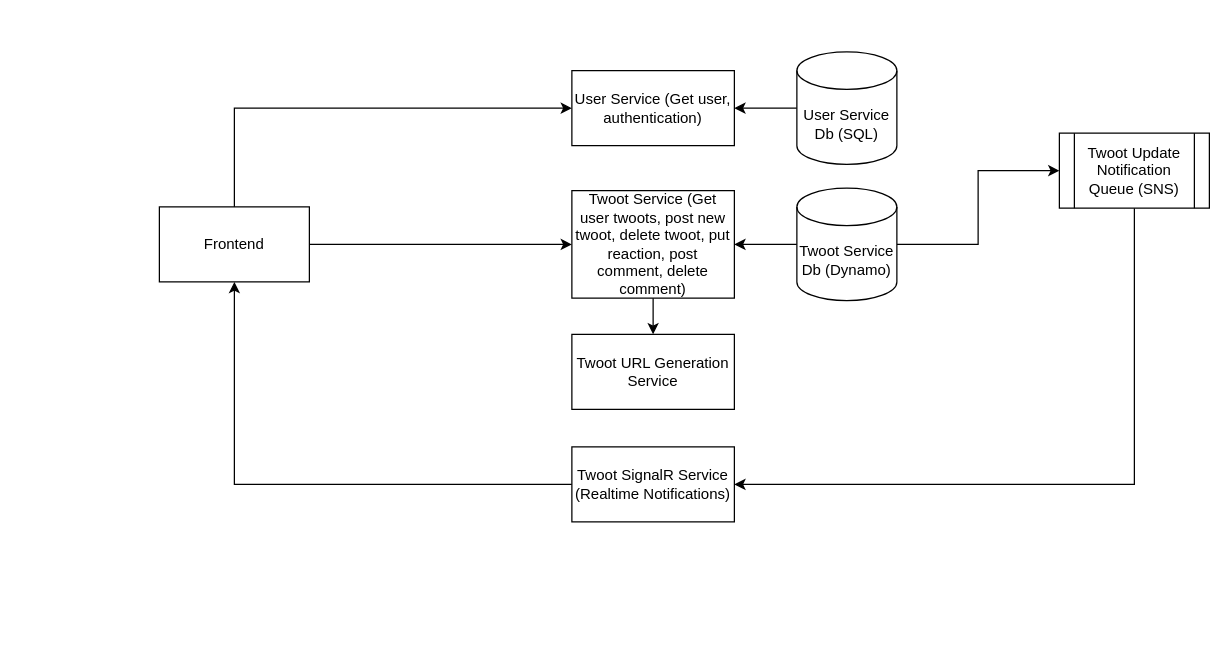
Above: Twooter-Arch.drawio in willholmeswastaken/Twooter (draw.io), before the change. Source tidied: cells renumbered, new cells numbered last; positions are measured from the earlier drawing's top-left corner, leaving out a move shared by most shapes. Both pictures are drawn from the tidied source at 125%, with x=0, y=0 at pixel (159, 51).
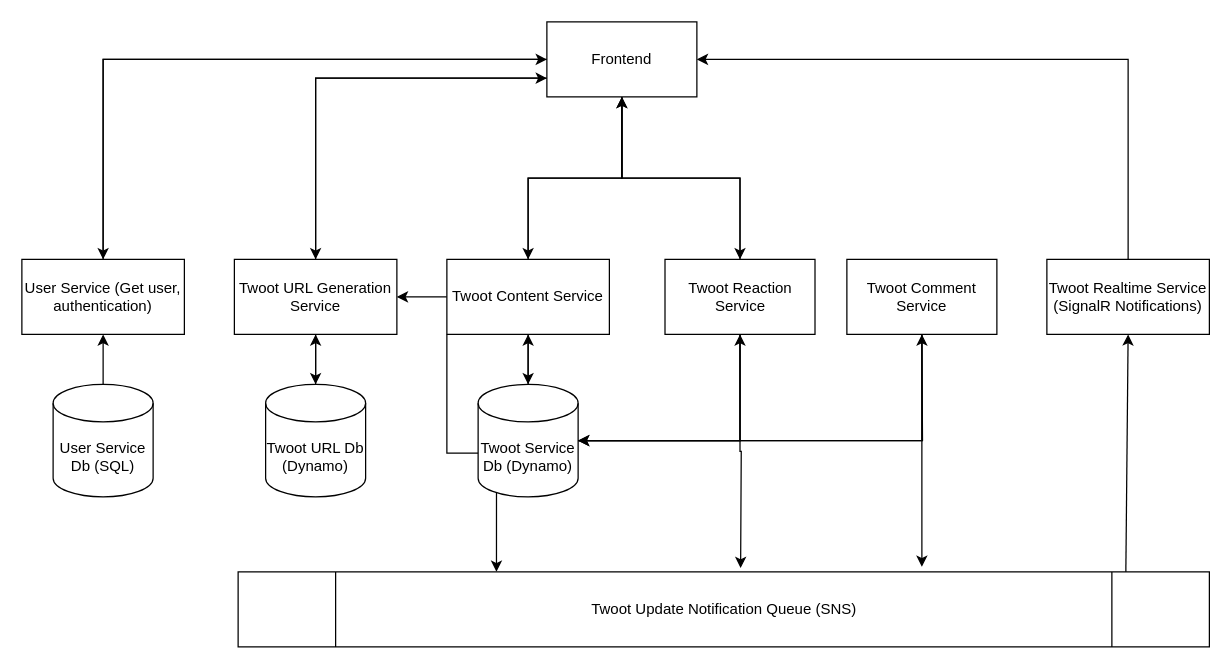
Above is the later version.

Change to the diagram source:
```diff
@@
+    <mxCell id="18" style="edgeStyle=orthogonalEdgeStyle;rounded=0;jettySize=auto;html=1;exitX=0.5;exitY=0;exitDx=0;exitDy=0;entryX=0;entryY=0.5;entryDx=0;entryDy=0;" parent="1" edge="1" source="2" target="16">
+      <mxGeometry relative="1" as="geometry" />
+    </mxCell>
     <mxCell id="2" value="User Service (Get user, authentication)" style="rounded=0;whiteSpace=wrap;html=1;" parent="1" vertex="1">
-      <mxGeometry x="330" y="15" width="130" height="60" as="geometry" />
+      <mxGeometry x="-110" y="166" width="130" height="60" as="geometry" />
     </mxCell>
-    <mxCell id="3" style="edgeStyle=orthogonalEdgeStyle;rounded=0;jettySize=auto;html=1;exitX=0;exitY=0.5;exitDx=0;exitDy=0;exitPerimeter=0;" parent="1" edge="1" source="4" target="2">
+    <mxCell id="3" style="edgeStyle=orthogonalEdgeStyle;rounded=0;jettySize=auto;html=1;exitX=0.5;exitY=0;exitDx=0;exitDy=0;exitPerimeter=0;entryX=0.5;entryY=1;entryDx=0;entryDy=0;" parent="1" edge="1" source="4" target="2">
       <mxGeometry relative="1" as="geometry" />
     </mxCell>
     <mxCell id="4" value="User Service Db (SQL)" style="shape=cylinder3;whiteSpace=wrap;html=1;boundedLbl=1;backgroundOutline=1;size=15;" parent="1" vertex="1">
-      <mxGeometry x="510" width="80" height="90" as="geometry" />
+      <mxGeometry x="-85" y="266" width="80" height="90" as="geometry" />
     </mxCell>
-    <mxCell id="5" style="edgeStyle=orthogonalEdgeStyle;rounded=0;jettySize=auto;html=1;exitX=0.5;exitY=1;exitDx=0;exitDy=0;entryX=0.5;entryY=0;entryDx=0;entryDy=0;" parent="1" edge="1" source="6" target="17">
-      <mxGeometry relative="1" as="geometry" />
-    </mxCell>
+    <mxCell id="19" style="edgeStyle=orthogonalEdgeStyle;rounded=0;jettySize=auto;html=1;exitX=0;exitY=0.5;exitDx=0;exitDy=0;" parent="1" edge="1" source="6">
+      <mxGeometry relative="1" as="geometry">
+        <mxPoint x="190" y="196" as="targetPoint" />
+      </mxGeometry>
+    </mxCell>
+    <mxCell id="20" style="edgeStyle=orthogonalEdgeStyle;rounded=0;jettySize=auto;html=1;exitX=0.5;exitY=1;exitDx=0;exitDy=0;" parent="1" edge="1" source="6">
+      <mxGeometry relative="1" as="geometry">
+        <mxPoint x="295" y="266" as="targetPoint" />
+      </mxGeometry>
+    </mxCell>
+    <mxCell id="21" style="edgeStyle=orthogonalEdgeStyle;rounded=0;jettySize=auto;html=1;exitX=0;exitY=1;exitDx=0;exitDy=0;entryX=0.266;entryY=0;entryDx=0;entryDy=0;entryPerimeter=0;" parent="1" edge="1" source="6" target="13">
+      <mxGeometry relative="1" as="geometry" />
+    </mxCell>
+    <mxCell id="22" style="edgeStyle=orthogonalEdgeStyle;rounded=0;jettySize=auto;html=1;exitX=0.5;exitY=0;exitDx=0;exitDy=0;entryX=0.5;entryY=1;entryDx=0;entryDy=0;" parent="1" edge="1" source="6" target="16">
+      <mxGeometry relative="1" as="geometry" />
+    </mxCell>
-    <mxCell id="6" value="Twoot Service (Get user twoots, post new twoot, delete twoot, put reaction, post comment, delete comment)" style="rounded=0;whiteSpace=wrap;html=1;" parent="1" vertex="1">
-      <mxGeometry x="330" y="111" width="130" height="86" as="geometry" />
+    <mxCell id="6" value="Twoot Content Service" style="rounded=0;whiteSpace=wrap;html=1;" parent="1" vertex="1">
+      <mxGeometry x="230" y="166" width="130" height="60" as="geometry" />
     </mxCell>
-    <mxCell id="7" style="edgeStyle=orthogonalEdgeStyle;rounded=0;jettySize=auto;html=1;exitX=0;exitY=0.5;exitDx=0;exitDy=0;exitPerimeter=0;entryX=1;entryY=0.5;entryDx=0;entryDy=0;" parent="1" edge="1" source="9" target="6">
+    <mxCell id="7" style="edgeStyle=orthogonalEdgeStyle;rounded=0;jettySize=auto;html=1;exitX=0.5;exitY=0;exitDx=0;exitDy=0;exitPerimeter=0;entryX=0.5;entryY=1;entryDx=0;entryDy=0;" parent="1" edge="1" source="9" target="6">
       <mxGeometry relative="1" as="geometry" />
     </mxCell>
-    <mxCell id="8" style="edgeStyle=orthogonalEdgeStyle;rounded=0;jettySize=auto;html=1;exitX=1;exitY=0.5;exitDx=0;exitDy=0;exitPerimeter=0;entryX=0;entryY=0.5;entryDx=0;entryDy=0;" parent="1" edge="1" source="9" target="13">
-      <mxGeometry relative="1" as="geometry" />
-    </mxCell>
+    <mxCell id="23" style="edgeStyle=orthogonalEdgeStyle;rounded=0;jettySize=auto;html=1;exitX=1;exitY=0.5;exitDx=0;exitDy=0;exitPerimeter=0;entryX=0.5;entryY=1;entryDx=0;entryDy=0;" parent="1" edge="1" source="9" target="32">
+      <mxGeometry relative="1" as="geometry" />
+    </mxCell>
+    <mxCell id="24" style="edgeStyle=orthogonalEdgeStyle;rounded=0;jettySize=auto;html=1;exitX=1;exitY=0.5;exitDx=0;exitDy=0;exitPerimeter=0;" parent="1" edge="1" source="9">
+      <mxGeometry relative="1" as="geometry">
+        <mxPoint x="610" y="226" as="targetPoint" />
+      </mxGeometry>
+    </mxCell>
     <mxCell id="9" value="Twoot Service Db (Dynamo)" style="shape=cylinder3;whiteSpace=wrap;html=1;boundedLbl=1;backgroundOutline=1;size=15;" parent="1" vertex="1">
-      <mxGeometry x="510" y="109" width="80" height="90" as="geometry" />
+      <mxGeometry x="255" y="266" width="80" height="90" as="geometry" />
     </mxCell>
-    <mxCell id="10" style="edgeStyle=orthogonalEdgeStyle;rounded=0;jettySize=auto;html=1;exitX=0;exitY=0.5;exitDx=0;exitDy=0;entryX=0.5;entryY=1;entryDx=0;entryDy=0;" parent="1" edge="1" source="11" target="16">
+    <mxCell id="10" style="edgeStyle=orthogonalEdgeStyle;rounded=0;jettySize=auto;html=1;exitX=0.5;exitY=0;exitDx=0;exitDy=0;entryX=1;entryY=0.5;entryDx=0;entryDy=0;" parent="1" edge="1" source="11" target="16">
       <mxGeometry relative="1" as="geometry" />
     </mxCell>
-    <mxCell id="11" value="Twoot SignalR Service (Realtime Notifications)" style="whiteSpace=wrap;html=1;" parent="1" vertex="1">
-      <mxGeometry x="330" y="316" width="130" height="60" as="geometry" />
+    <mxCell id="11" value="Twoot Realtime Service (SignalR Notifications)" style="whiteSpace=wrap;html=1;" parent="1" vertex="1">
+      <mxGeometry x="710" y="166" width="130" height="60" as="geometry" />
     </mxCell>
+    <mxCell id="13" value="Twoot Update Notification Queue (SNS)" style="shape=process;whiteSpace=wrap;html=1;backgroundOutline=1;" parent="1" vertex="1">
+      <mxGeometry x="63" y="416" width="777" height="60" as="geometry" />
+    </mxCell>
+    <mxCell id="15" style="edgeStyle=orthogonalEdgeStyle;rounded=0;jettySize=auto;html=1;exitX=0.5;exitY=1;exitDx=0;exitDy=0;entryX=0.5;entryY=0;entryDx=0;entryDy=0;" parent="1" edge="1" source="16" target="6">
+      <mxGeometry relative="1" as="geometry" />
+    </mxCell>
+    <mxCell id="25" style="edgeStyle=orthogonalEdgeStyle;rounded=0;jettySize=auto;html=1;exitX=0.5;exitY=1;exitDx=0;exitDy=0;entryX=0.5;entryY=0;entryDx=0;entryDy=0;" parent="1" edge="1" source="16" target="32">
+      <mxGeometry relative="1" as="geometry" />
+    </mxCell>
+    <mxCell id="14" style="edgeStyle=orthogonalEdgeStyle;rounded=0;jettySize=auto;html=1;exitX=0;exitY=0.5;exitDx=0;exitDy=0;entryX=0.5;entryY=0;entryDx=0;entryDy=0;" parent="1" edge="1" source="16" target="2">
+      <mxGeometry relative="1" as="geometry" />
+    </mxCell>
+    <mxCell id="26" style="edgeStyle=orthogonalEdgeStyle;rounded=0;jettySize=auto;html=1;exitX=0;exitY=0.75;exitDx=0;exitDy=0;entryX=0.5;entryY=0;entryDx=0;entryDy=0;" parent="1" edge="1" source="16" target="17">
+      <mxGeometry relative="1" as="geometry" />
+    </mxCell>
+    <mxCell id="16" value="Frontend" style="whiteSpace=wrap;html=1;" parent="1" vertex="1">
+      <mxGeometry x="310" y="-24" width="120" height="60" as="geometry" />
+    </mxCell>
+    <mxCell id="27" style="edgeStyle=orthogonalEdgeStyle;rounded=0;jettySize=auto;html=1;exitX=0.5;exitY=1;exitDx=0;exitDy=0;entryX=0.5;entryY=0;entryDx=0;entryDy=0;entryPerimeter=0;" parent="1" edge="1" source="17" target="37">
+      <mxGeometry relative="1" as="geometry" />
+    </mxCell>
+    <mxCell id="28" style="edgeStyle=orthogonalEdgeStyle;rounded=0;jettySize=auto;html=1;exitX=0.5;exitY=0;exitDx=0;exitDy=0;entryX=0;entryY=0.75;entryDx=0;entryDy=0;" parent="1" edge="1" source="17" target="16">
+      <mxGeometry relative="1" as="geometry" />
+    </mxCell>
+    <mxCell id="17" value="Twoot URL Generation Service" style="whiteSpace=wrap;html=1;" parent="1" vertex="1">
+      <mxGeometry x="60" y="166" width="130" height="60" as="geometry" />
+    </mxCell>
+    <mxCell id="29" style="edgeStyle=orthogonalEdgeStyle;rounded=0;jettySize=auto;html=1;exitX=0.5;exitY=1;exitDx=0;exitDy=0;entryX=1;entryY=0.5;entryDx=0;entryDy=0;entryPerimeter=0;" parent="1" edge="1" source="32" target="9">
+      <mxGeometry relative="1" as="geometry" />
+    </mxCell>
+    <mxCell id="30" style="edgeStyle=orthogonalEdgeStyle;rounded=0;jettySize=auto;html=1;exitX=0.5;exitY=1;exitDx=0;exitDy=0;" parent="1" edge="1" source="32">
+      <mxGeometry relative="1" as="geometry">
+        <mxPoint x="465" y="413" as="targetPoint" />
+      </mxGeometry>
+    </mxCell>
+    <mxCell id="31" style="edgeStyle=orthogonalEdgeStyle;rounded=0;jettySize=auto;html=1;exitX=0.5;exitY=0;exitDx=0;exitDy=0;entryX=0.5;entryY=1;entryDx=0;entryDy=0;" parent="1" edge="1" source="32" target="16">
+      <mxGeometry relative="1" as="geometry" />
+    </mxCell>
+    <mxCell id="32" value="Twoot Reaction Service" style="whiteSpace=wrap;html=1;" parent="1" vertex="1">
+      <mxGeometry x="404.5" y="166" width="120" height="60" as="geometry" />
+    </mxCell>
-    <mxCell id="12" style="edgeStyle=orthogonalEdgeStyle;rounded=0;jettySize=auto;html=1;exitX=0.5;exitY=1;exitDx=0;exitDy=0;entryX=1;entryY=0.5;entryDx=0;entryDy=0;" parent="1" edge="1" source="13" target="11">
+    <mxCell id="12" style="endArrow=classic;html=1;entryX=0.5;entryY=1;entryDx=0;entryDy=0;exitX=0.914;exitY=0;exitDx=0;exitDy=0;exitPerimeter=0;" parent="1" edge="1" source="13" target="11">
       <mxGeometry relative="1" as="geometry" />
     </mxCell>
-    <mxCell id="13" value="Twoot Update Notification Queue (SNS)" style="shape=process;whiteSpace=wrap;html=1;backgroundOutline=1;" parent="1" vertex="1">
-      <mxGeometry x="720" y="65" width="120" height="60" as="geometry" />
-    </mxCell>
-    <mxCell id="14" style="edgeStyle=orthogonalEdgeStyle;rounded=0;jettySize=auto;html=1;exitX=0.5;exitY=0;exitDx=0;exitDy=0;entryX=0;entryY=0.5;entryDx=0;entryDy=0;" parent="1" edge="1" source="16" target="2">
-      <mxGeometry relative="1" as="geometry" />
-    </mxCell>
-    <mxCell id="15" style="edgeStyle=orthogonalEdgeStyle;rounded=0;jettySize=auto;html=1;exitX=1;exitY=0.5;exitDx=0;exitDy=0;entryX=0;entryY=0.5;entryDx=0;entryDy=0;" parent="1" edge="1" source="16" target="6">
-      <mxGeometry relative="1" as="geometry" />
-    </mxCell>
-    <mxCell id="16" value="Frontend" style="whiteSpace=wrap;html=1;" parent="1" vertex="1">
-      <mxGeometry y="124" width="120" height="60" as="geometry" />
-    </mxCell>
-    <mxCell id="17" value="Twoot URL Generation Service" style="whiteSpace=wrap;html=1;" parent="1" vertex="1">
-      <mxGeometry x="330" y="226" width="130" height="60" as="geometry" />
-    </mxCell>
+    <mxCell id="33" style="edgeStyle=orthogonalEdgeStyle;rounded=0;jettySize=auto;html=1;exitX=0.5;exitY=1;exitDx=0;exitDy=0;entryX=1;entryY=0.5;entryDx=0;entryDy=0;entryPerimeter=0;" parent="1" edge="1" source="35" target="9">
+      <mxGeometry relative="1" as="geometry" />
+    </mxCell>
+    <mxCell id="34" style="edgeStyle=orthogonalEdgeStyle;rounded=0;jettySize=auto;html=1;exitX=0.5;exitY=1;exitDx=0;exitDy=0;entryX=0.704;entryY=-0.067;entryDx=0;entryDy=0;entryPerimeter=0;" parent="1" edge="1" source="35" target="13">
+      <mxGeometry relative="1" as="geometry" />
+    </mxCell>
+    <mxCell id="35" value="Twoot Comment Service" style="whiteSpace=wrap;html=1;" parent="1" vertex="1">
+      <mxGeometry x="550" y="166" width="120" height="60" as="geometry" />
+    </mxCell>
+    <mxCell id="36" style="edgeStyle=orthogonalEdgeStyle;rounded=0;jettySize=auto;html=1;exitX=0.5;exitY=0;exitDx=0;exitDy=0;exitPerimeter=0;entryX=0.5;entryY=1;entryDx=0;entryDy=0;" parent="1" edge="1" source="37" target="17">
+      <mxGeometry relative="1" as="geometry" />
+    </mxCell>
+    <mxCell id="37" value="Twoot URL Db (Dynamo)" style="shape=cylinder3;whiteSpace=wrap;html=1;boundedLbl=1;backgroundOutline=1;size=15;" parent="1" vertex="1">
+      <mxGeometry x="85" y="266" width="80" height="90" as="geometry" />
+    </mxCell>
```
